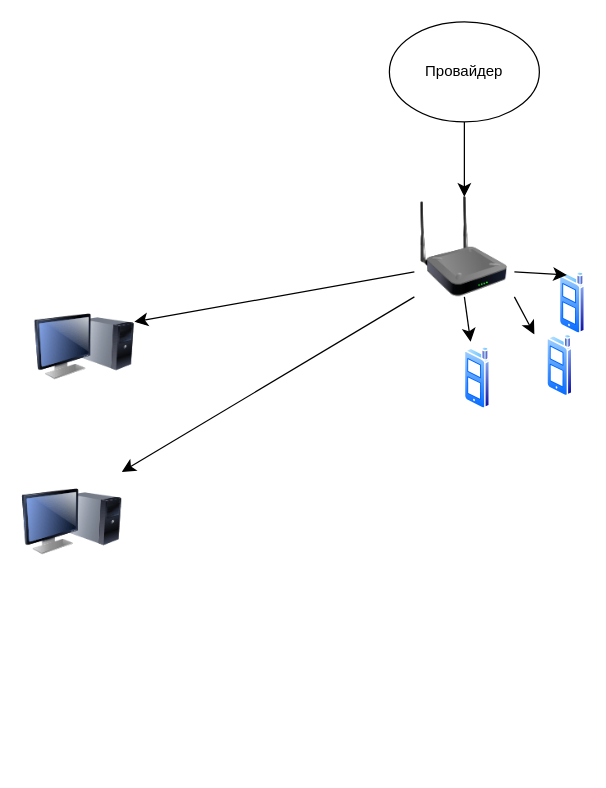
This is Диаграмма без названия.drawio from Stalin4146/PetroStudying, a draw.io file, before an edit. Source tidied: cells renumbered, new cells numbered last; positions are measured from the earlier drawing's top-left corner, leaving out a move shared by most shapes. Both pictures are drawn from the tidied source at 125%, with x=0, y=0 at pixel (21, 21).
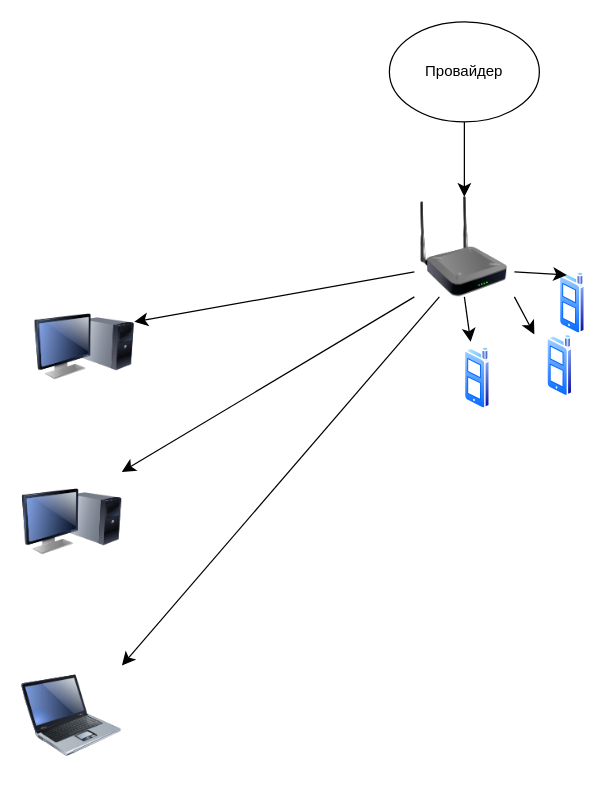
After the change.

Change to the diagram source:
```diff
@@
 <mxGraphModel>
   <root>
     <mxCell id="0" />
     <mxCell id="1" parent="0" />
     <mxCell id="2" style="edgeStyle=none;curved=1;rounded=0;jettySize=auto;html=1;exitX=0.5;exitY=1;exitDx=0;exitDy=0;fontSize=12;startSize=8;endSize=8;" parent="1" edge="1" source="3">
       <mxGeometry relative="1" as="geometry">
         <mxPoint x="354" y="140" as="targetPoint" />
       </mxGeometry>
     </mxCell>
     <mxCell id="3" value="Провайдер" style="ellipse;whiteSpace=wrap;html=1;" parent="1" vertex="1">
       <mxGeometry x="294" width="120" height="80" as="geometry" />
     </mxCell>
     <mxCell id="4" style="edgeStyle=none;curved=1;rounded=0;jettySize=auto;html=1;exitX=0;exitY=0.75;exitDx=0;exitDy=0;entryX=1;entryY=0.25;entryDx=0;entryDy=0;fontSize=12;startSize=8;endSize=8;" parent="1" edge="1" target="6">
       <mxGeometry relative="1" as="geometry">
         <mxPoint x="314" y="200" as="sourcePoint" />
       </mxGeometry>
     </mxCell>
     <mxCell id="5" style="edgeStyle=none;curved=1;rounded=0;jettySize=auto;html=1;exitX=0;exitY=1;exitDx=0;exitDy=0;entryX=1;entryY=0;entryDx=0;entryDy=0;fontSize=12;startSize=8;endSize=8;" parent="1" edge="1" target="7">
       <mxGeometry relative="1" as="geometry">
         <mxPoint x="314" y="220" as="sourcePoint" />
       </mxGeometry>
     </mxCell>
     <mxCell id="6" style="image;html=1;image=img/lib/clip_art/computers/Monitor_Tower_128x128.png;" parent="1" vertex="1">
       <mxGeometry x="10" y="220" width="80" height="80" as="geometry" />
     </mxCell>
     <mxCell id="7" style="image;html=1;image=img/lib/clip_art/computers/Monitor_Tower_128x128.png;" parent="1" vertex="1">
       <mxGeometry y="360" width="80" height="80" as="geometry" />
     </mxCell>
     <mxCell id="8" style="image;perimeter=ellipsePerimeter;html=1;align=center;shadow=0;dashed=0;spacingTop=3;image=img/lib/active_directory/cell_phone.svg;" parent="1" vertex="1">
       <mxGeometry x="430" y="200" width="21" height="50" as="geometry" />
     </mxCell>
     <mxCell id="9" style="edgeStyle=none;curved=1;rounded=0;jettySize=auto;html=1;exitX=1;exitY=0.75;exitDx=0;exitDy=0;entryX=0.25;entryY=0;entryDx=0;entryDy=0;fontSize=12;startSize=8;endSize=8;" parent="1" edge="1" source="11" target="8">
       <mxGeometry relative="1" as="geometry" />
     </mxCell>
     <mxCell id="10" style="edgeStyle=none;curved=1;rounded=0;jettySize=auto;html=1;exitX=1;exitY=1;exitDx=0;exitDy=0;fontSize=12;startSize=8;endSize=8;" parent="1" edge="1" source="11">
       <mxGeometry relative="1" as="geometry">
         <mxPoint x="410" y="250" as="targetPoint" />
       </mxGeometry>
     </mxCell>
+    <mxCell id="15" style="edgeStyle=none;curved=1;rounded=0;jettySize=auto;html=1;exitX=0.25;exitY=1;exitDx=0;exitDy=0;entryX=1;entryY=0;entryDx=0;entryDy=0;fontSize=12;startSize=8;endSize=8;" parent="1" edge="1" source="11" target="16">
+      <mxGeometry relative="1" as="geometry" />
+    </mxCell>
     <mxCell id="11" style="image;html=1;image=img/lib/clip_art/networking/Repeater_128x128.png;" parent="1" vertex="1">
       <mxGeometry x="314" y="140" width="80" height="80" as="geometry" />
     </mxCell>
     <mxCell id="12" style="image;perimeter=ellipsePerimeter;html=1;align=center;shadow=0;dashed=0;spacingTop=3;image=img/lib/active_directory/cell_phone.svg;" parent="1" vertex="1">
       <mxGeometry x="420" y="250" width="21" height="50" as="geometry" />
     </mxCell>
     <mxCell id="13" style="image;perimeter=ellipsePerimeter;html=1;align=center;shadow=0;dashed=0;spacingTop=3;image=img/lib/active_directory/cell_phone.svg;" parent="1" vertex="1">
       <mxGeometry x="354" y="260" width="21" height="50" as="geometry" />
     </mxCell>
     <mxCell id="14" style="edgeStyle=none;curved=1;rounded=0;jettySize=auto;html=1;exitX=0.5;exitY=1;exitDx=0;exitDy=0;entryX=0.238;entryY=-0.08;entryDx=0;entryDy=0;entryPerimeter=0;fontSize=12;startSize=8;endSize=8;" parent="1" edge="1" source="11" target="13">
       <mxGeometry relative="1" as="geometry" />
     </mxCell>
+    <mxCell id="16" style="image;html=1;image=img/lib/clip_art/computers/Laptop_128x128.png;" parent="1" vertex="1">
+      <mxGeometry y="515" width="80" height="80" as="geometry" />
+    </mxCell>
   </root>
 </mxGraphModel>
```
